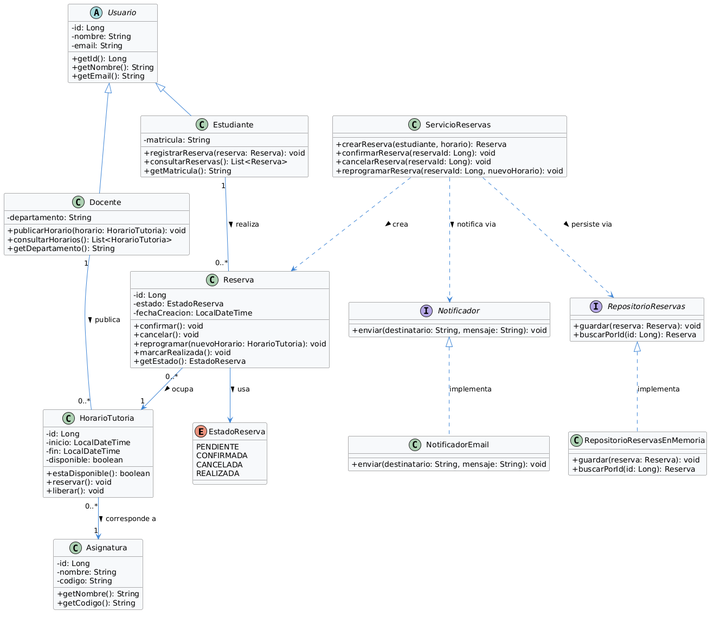
Earlier version of the PlantUML export docs/modelo-class.png (ismfuees/semana4-integrador). Its diagram source:
```plantuml
@startuml
skinparam classAttributeIconSize 0
skinparam backgroundColor #FFFFFF
skinparam class {
    BackgroundColor #F7F8FA
    BorderColor #5A5A5A
    ArrowColor #3b82d4
}

enum EstadoReserva {
    PENDIENTE
    CONFIRMADA
    CANCELADA
    REALIZADA
}

abstract class Usuario {
    - id: Long
    - nombre: String
    - email: String
    + getId(): Long
    + getNombre(): String
    + getEmail(): String
}

class Estudiante {
    - matricula: String
    + registrarReserva(reserva: Reserva): void
    + consultarReservas(): List<Reserva>
    + getMatricula(): String
}

class Docente {
    - departamento: String
    + publicarHorario(horario: HorarioTutoria): void
    + consultarHorarios(): List<HorarioTutoria>
    + getDepartamento(): String
}

Usuario <|-- Estudiante
Usuario <|-- Docente

class Asignatura {
    - id: Long
    - nombre: String
    - codigo: String
    + getNombre(): String
    + getCodigo(): String
}

class HorarioTutoria {
    - id: Long
    - inicio: LocalDateTime
    - fin: LocalDateTime
    - disponible: boolean
    + estaDisponible(): boolean
    + reservar(): void
    + liberar(): void
}

Docente "1" -- "0..*" HorarioTutoria : publica >
HorarioTutoria "0..*" --> "1" Asignatura : corresponde a >

class Reserva {
    - id: Long
    - estado: EstadoReserva
    - fechaCreacion: LocalDateTime
    + confirmar(): void
    + cancelar(): void
    + reprogramar(nuevoHorario: HorarioTutoria): void
    + marcarRealizada(): void
    + getEstado(): EstadoReserva
}

Reserva --> EstadoReserva : usa >
Estudiante "1" -- "0..*" Reserva : realiza >
Reserva "0..*" --> "1" HorarioTutoria : ocupa >

class ServicioReservas {
    + crearReserva(estudiante, horario): Reserva
    + confirmarReserva(reservaId: Long): void
    + cancelarReserva(reservaId: Long): void
    + reprogramarReserva(reservaId: Long, nuevoHorario): void
}

ServicioReservas ..> Reserva : crea >
ServicioReservas ..> RepositorioReservas : persiste via >
ServicioReservas ..> Notificador : notifica via >

interface RepositorioReservas {
    + guardar(reserva: Reserva): void
    + buscarPorId(id: Long): Reserva
}

interface Notificador {
    + enviar(destinatario: String, mensaje: String): void
}

class RepositorioReservasEnMemoria {
    + guardar(reserva: Reserva): void
    + buscarPorId(id: Long): Reserva
}

class NotificadorEmail {
    + enviar(destinatario: String, mensaje: String): void
}

RepositorioReservas <|.. RepositorioReservasEnMemoria : implementa
Notificador <|.. NotificadorEmail : implementa
@enduml
```
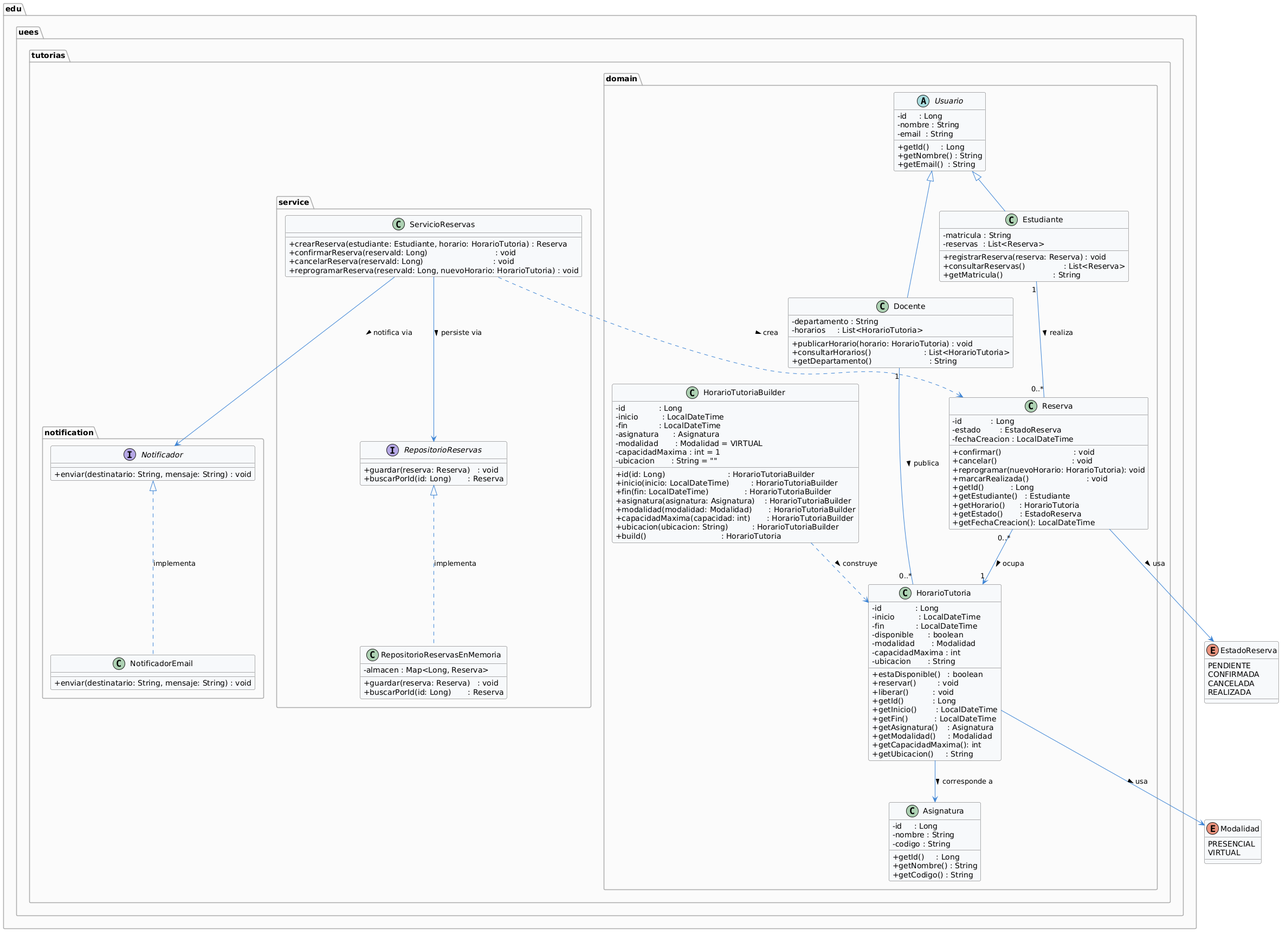
Later version of the same file.

Change to the diagram source:
```diff
@@ -3,9 +3,14 @@
 skinparam backgroundColor #FFFFFF
 skinparam class {
     BackgroundColor #F7F8FA
-    BorderColor #5A5A5A
-    ArrowColor #3b82d4
+    BorderColor     #5A5A5A
+    ArrowColor      #3b82d4
 }
+skinparam package {
+    BackgroundColor #FAFAFA
+    BorderColor     #AAAAAA
+}
+
 
 enum EstadoReserva {
     PENDIENTE
@@ -14,97 +19,151 @@
     REALIZADA
 }
 
-abstract class Usuario {
-    - id: Long
-    - nombre: String
-    - email: String
-    + getId(): Long
-    + getNombre(): String
-    + getEmail(): String
+enum Modalidad {
+    PRESENCIAL
+    VIRTUAL
 }
 
-class Estudiante {
-    - matricula: String
-    + registrarReserva(reserva: Reserva): void
-    + consultarReservas(): List<Reserva>
-    + getMatricula(): String
+
+package "edu.uees.tutorias.domain" {
+
+    abstract class Usuario {
+        - id     : Long
+        - nombre : String
+        - email  : String
+        + getId()     : Long
+        + getNombre() : String
+        + getEmail()  : String
+    }
+
+    class Estudiante {
+        - matricula : String
+        - reservas  : List<Reserva>
+        + registrarReserva(reserva: Reserva) : void
+        + consultarReservas()                : List<Reserva>
+        + getMatricula()                     : String
+    }
+
+    class Docente {
+        - departamento : String
+        - horarios     : List<HorarioTutoria>
+        + publicarHorario(horario: HorarioTutoria) : void
+        + consultarHorarios()                      : List<HorarioTutoria>
+        + getDepartamento()                        : String
+    }
+
+    Usuario <|-- Estudiante
+    Usuario <|-- Docente
+
+    class Asignatura {
+        - id     : Long
+        - nombre : String
+        - codigo : String
+        + getId()     : Long
+        + getNombre() : String
+        + getCodigo() : String
+    }
+
+    class HorarioTutoria {
+        - id              : Long
+        - inicio          : LocalDateTime
+        - fin             : LocalDateTime
+        - disponible      : boolean
+        - modalidad       : Modalidad
+        - capacidadMaxima : int
+        - ubicacion       : String
+        + estaDisponible()   : boolean
+        + reservar()         : void
+        + liberar()          : void
+        + getId()            : Long
+        + getInicio()        : LocalDateTime
+        + getFin()           : LocalDateTime
+        + getAsignatura()    : Asignatura
+        + getModalidad()     : Modalidad
+        + getCapacidadMaxima(): int
+        + getUbicacion()     : String
+    }
+
+    class HorarioTutoriaBuilder {
+        - id              : Long
+        - inicio          : LocalDateTime
+        - fin             : LocalDateTime
+        - asignatura      : Asignatura
+        - modalidad       : Modalidad = VIRTUAL
+        - capacidadMaxima : int = 1
+        - ubicacion       : String = ""
+        + id(id: Long)                          : HorarioTutoriaBuilder
+        + inicio(inicio: LocalDateTime)         : HorarioTutoriaBuilder
+        + fin(fin: LocalDateTime)               : HorarioTutoriaBuilder
+        + asignatura(asignatura: Asignatura)    : HorarioTutoriaBuilder
+        + modalidad(modalidad: Modalidad)       : HorarioTutoriaBuilder
+        + capacidadMaxima(capacidad: int)       : HorarioTutoriaBuilder
+        + ubicacion(ubicacion: String)          : HorarioTutoriaBuilder
+        + build()                               : HorarioTutoria
+    }
+
+    class Reserva {
+        - id            : Long
+        - estado        : EstadoReserva
+        - fechaCreacion : LocalDateTime
+        + confirmar()                              : void
+        + cancelar()                               : void
+        + reprogramar(nuevoHorario: HorarioTutoria): void
+        + marcarRealizada()                        : void
+        + getId()           : Long
+        + getEstudiante()   : Estudiante
+        + getHorario()      : HorarioTutoria
+        + getEstado()       : EstadoReserva
+        + getFechaCreacion(): LocalDateTime
+    }
+
+    HorarioTutoria --> Modalidad       : usa >
+    HorarioTutoria --> Asignatura      : corresponde a >
+    HorarioTutoriaBuilder ..> HorarioTutoria : construye >
+    Docente     "1"    --  "0..*" HorarioTutoria : publica >
+    Reserva     "0..*" --> "1"    HorarioTutoria : ocupa >
+    Reserva     -->  EstadoReserva    : usa >
+    Estudiante  "1"    --  "0..*" Reserva        : realiza >
 }
 
-class Docente {
-    - departamento: String
-    + publicarHorario(horario: HorarioTutoria): void
-    + consultarHorarios(): List<HorarioTutoria>
-    + getDepartamento(): String
+
+package "edu.uees.tutorias.notification" {
+
+    interface Notificador {
+        + enviar(destinatario: String, mensaje: String) : void
+    }
+
+    class NotificadorEmail {
+        + enviar(destinatario: String, mensaje: String) : void
+    }
+
+    Notificador <|.. NotificadorEmail : implementa
 }
 
-Usuario <|-- Estudiante
-Usuario <|-- Docente
 
-class Asignatura {
-    - id: Long
-    - nombre: String
-    - codigo: String
-    + getNombre(): String
-    + getCodigo(): String
+package "edu.uees.tutorias.service" {
+
+    interface RepositorioReservas {
+        + guardar(reserva: Reserva)   : void
+        + buscarPorId(id: Long)       : Reserva
+    }
+
+    class RepositorioReservasEnMemoria {
+        - almacen : Map<Long, Reserva>
+        + guardar(reserva: Reserva)   : void
+        + buscarPorId(id: Long)       : Reserva
+    }
+
+    class ServicioReservas {
+        + crearReserva(estudiante: Estudiante, horario: HorarioTutoria) : Reserva
+        + confirmarReserva(reservaId: Long)                            : void
+        + cancelarReserva(reservaId: Long)                             : void
+        + reprogramarReserva(reservaId: Long, nuevoHorario: HorarioTutoria) : void
+    }
+
+    RepositorioReservas      <|..  RepositorioReservasEnMemoria : implementa
+    ServicioReservas         -->   RepositorioReservas           : persiste via >
+    ServicioReservas         -->   Notificador                   : notifica via >
+    ServicioReservas         ..>   Reserva                       : crea >
 }
-
-class HorarioTutoria {
-    - id: Long
-    - inicio: LocalDateTime
-    - fin: LocalDateTime
-    - disponible: boolean
-    + estaDisponible(): boolean
-    + reservar(): void
-    + liberar(): void
-}
-
-Docente "1" -- "0..*" HorarioTutoria : publica >
-HorarioTutoria "0..*" --> "1" Asignatura : corresponde a >
-
-class Reserva {
-    - id: Long
-    - estado: EstadoReserva
-    - fechaCreacion: LocalDateTime
-    + confirmar(): void
-    + cancelar(): void
-    + reprogramar(nuevoHorario: HorarioTutoria): void
-    + marcarRealizada(): void
-    + getEstado(): EstadoReserva
-}
-
-Reserva --> EstadoReserva : usa >
-Estudiante "1" -- "0..*" Reserva : realiza >
-Reserva "0..*" --> "1" HorarioTutoria : ocupa >
-
-class ServicioReservas {
-    + crearReserva(estudiante, horario): Reserva
-    + confirmarReserva(reservaId: Long): void
-    + cancelarReserva(reservaId: Long): void
-    + reprogramarReserva(reservaId: Long, nuevoHorario): void
-}
-
-ServicioReservas ..> Reserva : crea >
-ServicioReservas ..> RepositorioReservas : persiste via >
-ServicioReservas ..> Notificador : notifica via >
-
-interface RepositorioReservas {
-    + guardar(reserva: Reserva): void
-    + buscarPorId(id: Long): Reserva
-}
-
-interface Notificador {
-    + enviar(destinatario: String, mensaje: String): void
-}
-
-class RepositorioReservasEnMemoria {
-    + guardar(reserva: Reserva): void
-    + buscarPorId(id: Long): Reserva
-}
-
-class NotificadorEmail {
-    + enviar(destinatario: String, mensaje: String): void
-}
-
-RepositorioReservas <|.. RepositorioReservasEnMemoria : implementa
-Notificador <|.. NotificadorEmail : implementa
 @enduml
```
